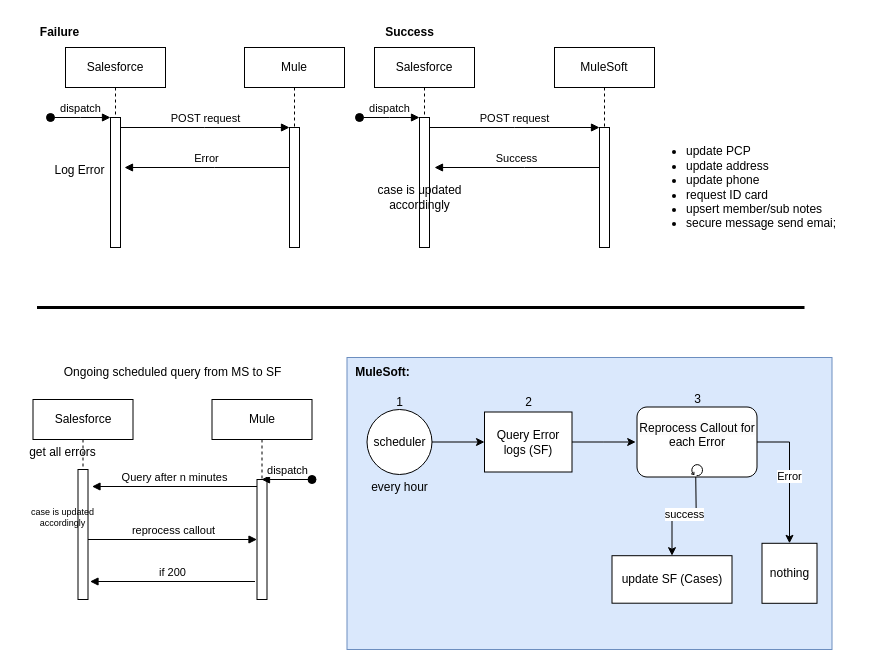
Earlier version of the draw.io diagram errorLog.drawio (payam-e/diagrams). Source tidied: cells renumbered, new cells numbered last; positions are measured from the earlier drawing's top-left corner, leaving out a move shared by most shapes. Both pictures are drawn from the tidied source at 100%, with x=0, y=0 at pixel (16, 17).
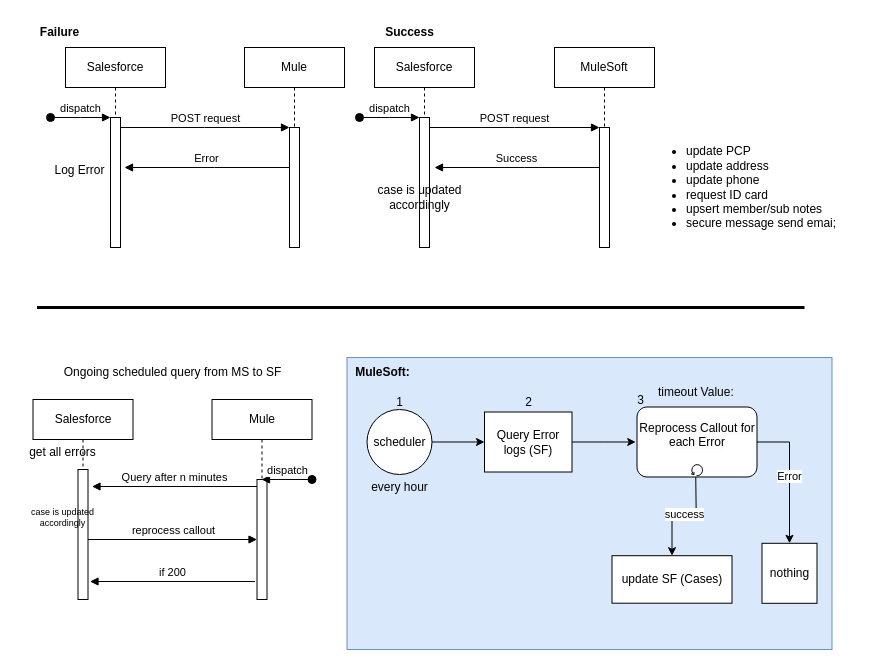
Above is the later version.

Change to the diagram source:
```diff
@@
     <mxCell id="36" value="3" style="text;html=1;align=center;verticalAlign=middle;strokeColor=none;fillColor=none;" parent="1" vertex="1">
-      <mxGeometry x="665.5" y="366.5" width="30" height="30" as="geometry" />
+      <mxGeometry x="609" y="368" width="30" height="30" as="geometry" />
     </mxCell>
@@
+    <mxCell id="48" value="timeout Value:&amp;nbsp;" style="text;html=1;align=center;verticalAlign=middle;strokeColor=none;fillColor=none;" parent="1" vertex="1">
+      <mxGeometry x="630.5" y="359.5" width="100" height="30" as="geometry" />
+    </mxCell>
```
